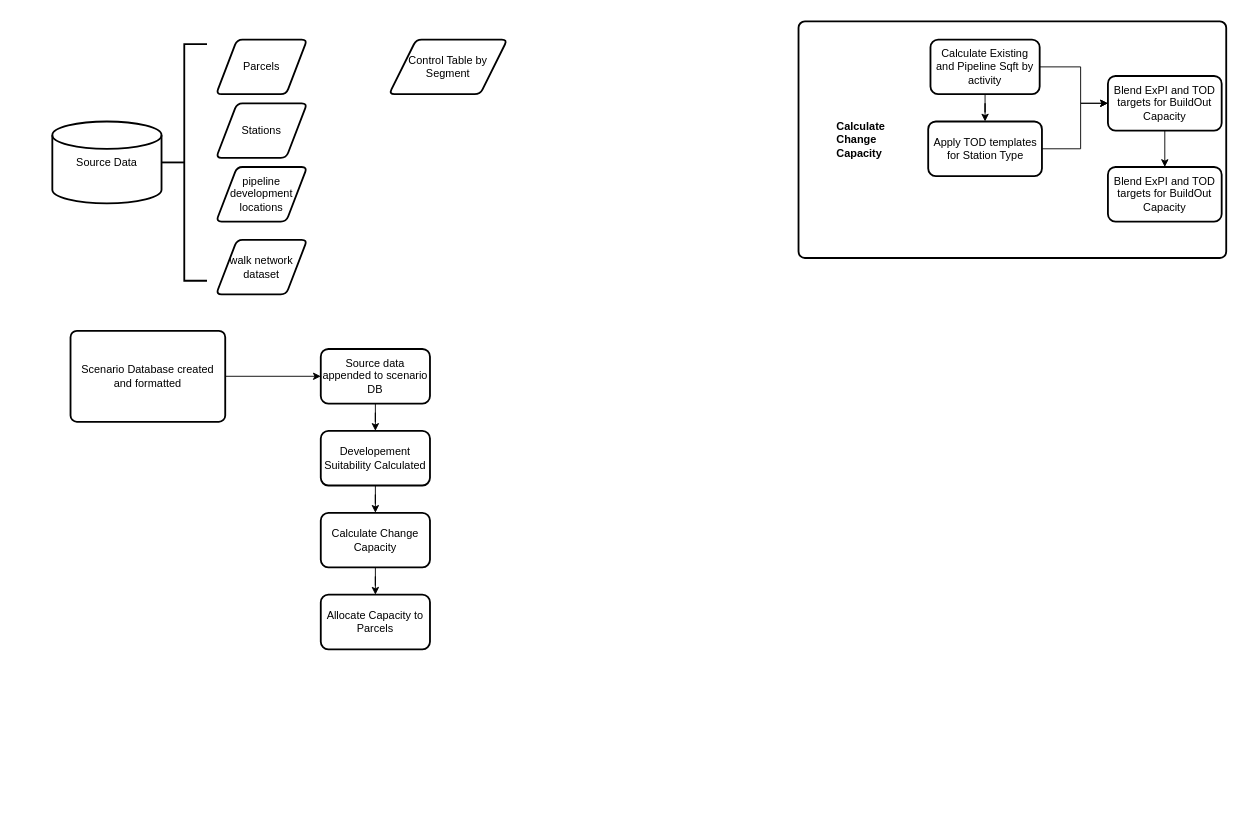
The draw.io diagram page "Allocation Process General" (1 of 3) of AllocationProcess.drawio in renaissanceplanning/LCBRT_TOD, before the edit. Source tidied: cells renumbered, new cells numbered last; positions are measured from the earlier drawing's top-left corner, leaving out a move shared by most shapes. Both pictures are drawn from the tidied source at 91%, with x=0, y=0 at pixel (52, 21).
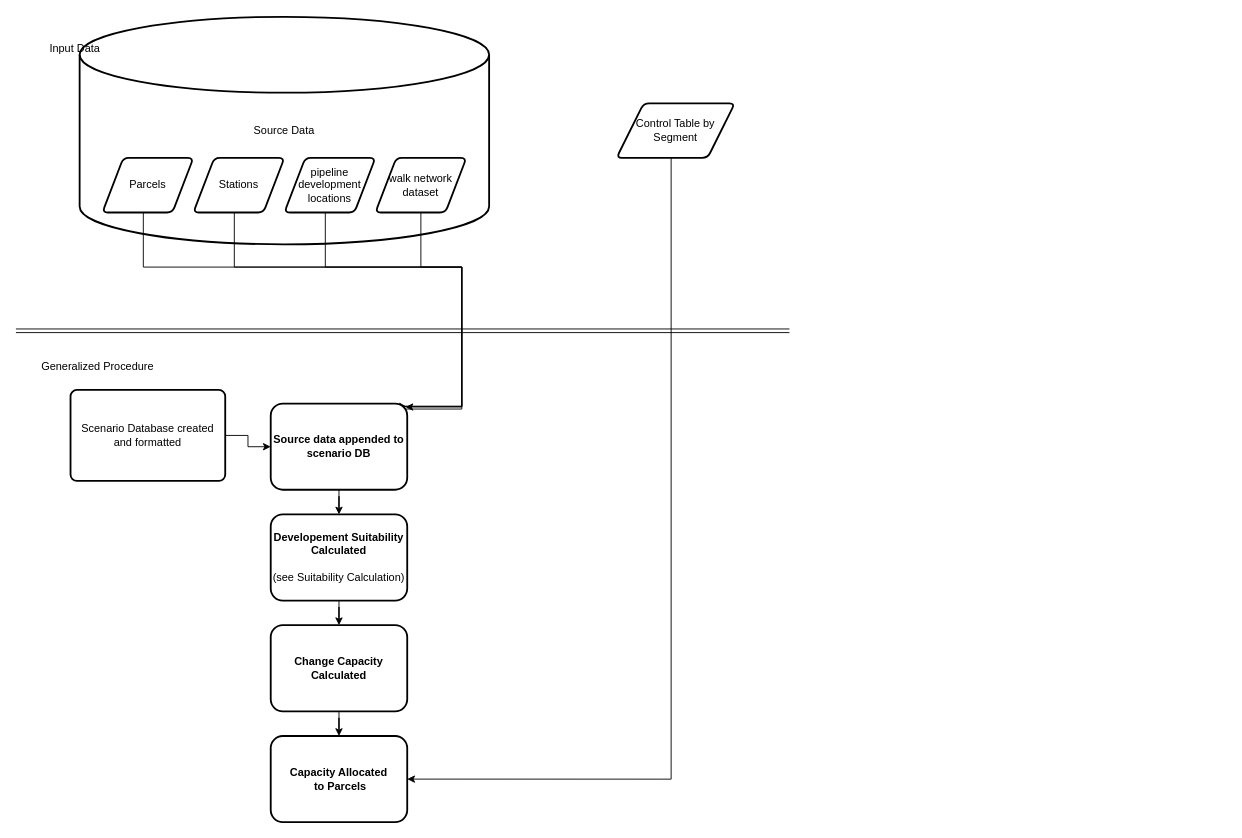
The same diagram, later.

Commit message:
add suitabilty evaluation workflow

Diff of the diagram source:
```diff
@@
-    <mxCell id="2" value="Source Data" style="strokeWidth=2;html=1;shape=mxgraph.flowchart.database;whiteSpace=wrap;" parent="1" vertex="1">
-      <mxGeometry y="110" width="120" height="90" as="geometry" />
+    <mxCell id="2" value="Source Data" style="strokeWidth=2;html=1;shape=mxgraph.flowchart.database;whiteSpace=wrap;align=center;" parent="1" vertex="1">
+      <mxGeometry x="30" y="-5" width="450" height="250" as="geometry" />
     </mxCell>
+    <mxCell id="28" style="edgeStyle=orthogonalEdgeStyle;rounded=0;jettySize=auto;html=1;entryX=0.987;entryY=0.092;entryDx=0;entryDy=0;entryPerimeter=0;" parent="1" edge="1" source="3" target="11">
+      <mxGeometry relative="1" as="geometry">
+        <Array as="points">
+          <mxPoint x="100" y="270" />
+          <mxPoint x="450" y="270" />
+          <mxPoint x="450" y="426" />
+          <mxPoint x="370" y="426" />
+        </Array>
+      </mxGeometry>
+    </mxCell>
     <mxCell id="3" value="Parcels" style="shape=parallelogram;html=1;strokeWidth=2;perimeter=parallelogramPerimeter;whiteSpace=wrap;rounded=1;arcSize=12;size=0.23;" parent="1" vertex="1">
-      <mxGeometry x="180" y="20" width="100" height="60" as="geometry" />
+      <mxGeometry x="55" y="150" width="100" height="60" as="geometry" />
     </mxCell>
+    <mxCell id="29" style="edgeStyle=orthogonalEdgeStyle;rounded=0;jettySize=auto;html=1;entryX=0.989;entryY=0.048;entryDx=0;entryDy=0;entryPerimeter=0;" parent="1" edge="1" source="4" target="11">
+      <mxGeometry relative="1" as="geometry">
+        <Array as="points">
+          <mxPoint x="200" y="270" />
+          <mxPoint x="450" y="270" />
+          <mxPoint x="450" y="423" />
+          <mxPoint x="380" y="423" />
+        </Array>
+      </mxGeometry>
+    </mxCell>
     <mxCell id="4" value="Stations" style="shape=parallelogram;html=1;strokeWidth=2;perimeter=parallelogramPerimeter;whiteSpace=wrap;rounded=1;arcSize=12;size=0.23;" parent="1" vertex="1">
-      <mxGeometry x="180" y="90" width="100" height="60" as="geometry" />
+      <mxGeometry x="155" y="150" width="100" height="60" as="geometry" />
     </mxCell>
+    <mxCell id="30" style="edgeStyle=orthogonalEdgeStyle;rounded=0;jettySize=auto;html=1;exitX=0.5;exitY=1;exitDx=0;exitDy=0;entryX=0.987;entryY=0.04;entryDx=0;entryDy=0;entryPerimeter=0;" parent="1" edge="1" source="5" target="11">
+      <mxGeometry relative="1" as="geometry">
+        <Array as="points">
+          <mxPoint x="405" y="270" />
+          <mxPoint x="450" y="270" />
+          <mxPoint x="450" y="423" />
+        </Array>
+      </mxGeometry>
+    </mxCell>
     <mxCell id="5" value="walk network dataset" style="shape=parallelogram;html=1;strokeWidth=2;perimeter=parallelogramPerimeter;whiteSpace=wrap;rounded=1;arcSize=12;size=0.23;" parent="1" vertex="1">
-      <mxGeometry x="180" y="240" width="100" height="60" as="geometry" />
+      <mxGeometry x="355" y="150" width="100" height="60" as="geometry" />
     </mxCell>
+    <mxCell id="31" style="edgeStyle=orthogonalEdgeStyle;rounded=0;jettySize=auto;html=1;entryX=0.997;entryY=0.037;entryDx=0;entryDy=0;entryPerimeter=0;" parent="1" edge="1" source="6" target="11">
+      <mxGeometry relative="1" as="geometry">
+        <Array as="points">
+          <mxPoint x="300" y="270" />
+          <mxPoint x="450" y="270" />
+          <mxPoint x="450" y="423" />
+          <mxPoint x="380" y="423" />
+        </Array>
+      </mxGeometry>
+    </mxCell>
     <mxCell id="6" value="pipeline development locations" style="shape=parallelogram;html=1;strokeWidth=2;perimeter=parallelogramPerimeter;whiteSpace=wrap;rounded=1;arcSize=12;size=0.23;" parent="1" vertex="1">
-      <mxGeometry x="180" y="160" width="100" height="60" as="geometry" />
+      <mxGeometry x="255" y="150" width="100" height="60" as="geometry" />
     </mxCell>
-    <mxCell id="7" style="strokeWidth=2;html=1;shape=mxgraph.flowchart.annotation_2;align=left;labelPosition=right;" parent="1" vertex="1">
-      <mxGeometry x="120" y="25" width="50" height="260" as="geometry" />
-    </mxCell>
@@
     <mxCell id="9" value="Scenario Database created and formatted" style="rounded=1;whiteSpace=wrap;html=1;absoluteArcSize=1;arcSize=14;strokeWidth=2;" parent="1" vertex="1">
-      <mxGeometry x="20" y="340" width="170" height="100" as="geometry" />
+      <mxGeometry x="20" y="405" width="170" height="100" as="geometry" />
     </mxCell>
+    <mxCell id="32" style="edgeStyle=orthogonalEdgeStyle;rounded=0;jettySize=auto;html=1;entryX=1;entryY=0.5;entryDx=0;entryDy=0;" parent="1" edge="1" source="26" target="27">
+      <mxGeometry relative="1" as="geometry">
+        <Array as="points">
+          <mxPoint x="680" y="833" />
+        </Array>
+      </mxGeometry>
+    </mxCell>
+    <mxCell id="26" value="Control Table by Segment" style="shape=parallelogram;html=1;strokeWidth=2;perimeter=parallelogramPerimeter;whiteSpace=wrap;rounded=1;arcSize=12;size=0.23;" parent="1" vertex="1">
+      <mxGeometry x="620" y="90" width="130" height="60" as="geometry" />
+    </mxCell>
+    <mxCell id="33" value="Input Data" style="text;html=1;strokeColor=none;fillColor=none;align=center;verticalAlign=middle;whiteSpace=wrap;rounded=0;" parent="1" vertex="1">
+      <mxGeometry x="-20" y="20" width="90" height="20" as="geometry" />
+    </mxCell>
+    <mxCell id="34" style="shape=link;html=1;" parent="1" edge="1">
+      <mxGeometry relative="1" as="geometry">
+        <mxPoint x="-40" y="340" as="sourcePoint" />
+        <mxPoint x="810" y="340" as="targetPoint" />
+      </mxGeometry>
+    </mxCell>
+    <mxCell id="35" value="Generalized Procedure" style="text;html=1;strokeColor=none;fillColor=none;align=center;verticalAlign=middle;whiteSpace=wrap;rounded=0;" parent="1" vertex="1">
+      <mxGeometry x="-20" y="370" width="140" height="20" as="geometry" />
+    </mxCell>
+    <mxCell id="36" style="group;" parent="1" vertex="1">
+      <mxGeometry x="240" y="420" width="150" height="460" as="geometry" />
+    </mxCell>
+    <mxCell id="11" value="&lt;b&gt;Source data appended to scenario DB&lt;/b&gt;" style="whiteSpace=wrap;html=1;rounded=1;strokeWidth=2;arcSize=14;" parent="36" vertex="1">
+      <mxGeometry width="150" height="94.7" as="geometry" />
+    </mxCell>
+    <mxCell id="13" value="&lt;b&gt;Developement Suitability Calculated &lt;br&gt;&lt;/b&gt;&lt;br&gt;(see Suitability Calculation)" style="whiteSpace=wrap;html=1;rounded=1;strokeWidth=2;arcSize=14;" parent="36" vertex="1">
+      <mxGeometry y="121.8" width="150" height="94.7" as="geometry" />
+    </mxCell>
-    <mxCell id="10" style="edgeStyle=orthogonalEdgeStyle;rounded=0;jettySize=auto;html=1;" parent="1" edge="1" source="11" target="13">
+    <mxCell id="10" style="edgeStyle=orthogonalEdgeStyle;rounded=0;jettySize=auto;html=1;" parent="36" edge="1" source="11" target="13">
       <mxGeometry relative="1" as="geometry" />
     </mxCell>
-    <mxCell id="11" value="Source data appended to scenario DB" style="whiteSpace=wrap;html=1;rounded=1;strokeWidth=2;arcSize=14;" parent="1" vertex="1">
-      <mxGeometry x="295" y="360" width="120" height="60" as="geometry" />
-    </mxCell>
+    <mxCell id="15" value="&lt;b&gt;Change Capacity Calculated&lt;/b&gt;" style="whiteSpace=wrap;html=1;rounded=1;strokeWidth=2;arcSize=14;" parent="36" vertex="1">
+      <mxGeometry y="243.5" width="150" height="94.7" as="geometry" />
+    </mxCell>
-    <mxCell id="12" style="edgeStyle=orthogonalEdgeStyle;rounded=0;jettySize=auto;html=1;" parent="1" edge="1" source="13" target="15">
+    <mxCell id="12" style="edgeStyle=orthogonalEdgeStyle;rounded=0;jettySize=auto;html=1;" parent="36" edge="1" source="13" target="15">
       <mxGeometry relative="1" as="geometry" />
     </mxCell>
-    <mxCell id="13" value="Developement Suitability Calculated" style="whiteSpace=wrap;html=1;rounded=1;strokeWidth=2;arcSize=14;" parent="1" vertex="1">
-      <mxGeometry x="295" y="450" width="120" height="60" as="geometry" />
-    </mxCell>
+    <mxCell id="27" value="&lt;b&gt;Capacity Allocated&lt;br&gt;&amp;nbsp;to Parcels&lt;/b&gt;" style="whiteSpace=wrap;html=1;rounded=1;strokeWidth=2;arcSize=14;" parent="36" vertex="1">
+      <mxGeometry y="365.3" width="150" height="94.7" as="geometry" />
+    </mxCell>
-    <mxCell id="14" style="edgeStyle=orthogonalEdgeStyle;rounded=0;jettySize=auto;html=1;" parent="1" edge="1" source="15" target="27">
+    <mxCell id="14" style="edgeStyle=orthogonalEdgeStyle;rounded=0;jettySize=auto;html=1;" parent="36" edge="1" source="15" target="27">
       <mxGeometry relative="1" as="geometry" />
     </mxCell>
-    <mxCell id="15" value="Calculate Change Capacity" style="whiteSpace=wrap;html=1;rounded=1;strokeWidth=2;arcSize=14;" parent="1" vertex="1">
-      <mxGeometry x="295" y="540" width="120" height="60" as="geometry" />
-    </mxCell>
-    <mxCell id="16" style="group;" parent="1" vertex="1">
-      <mxGeometry x="820" width="470" height="260" as="geometry" />
-    </mxCell>
-    <mxCell id="17" value="&lt;blockquote style=&quot;margin: 0 0 0 40px ; border: none ; padding: 0px&quot;&gt;&lt;b&gt;Calculate &lt;br&gt;&lt;/b&gt;&lt;b&gt;Change&lt;br&gt; &lt;/b&gt;&lt;b&gt;Capacity&lt;/b&gt;&lt;/blockquote&gt;" style="rounded=1;whiteSpace=wrap;html=1;absoluteArcSize=1;arcSize=14;strokeWidth=2;align=left;" parent="16" vertex="1">
-      <mxGeometry width="470" height="260" as="geometry" />
-    </mxCell>
-    <mxCell id="18" value="Calculate Existing and Pipeline Sqft by activity" style="whiteSpace=wrap;html=1;rounded=1;strokeWidth=2;arcSize=14;" parent="16" vertex="1">
-      <mxGeometry x="145" y="20" width="120" height="60" as="geometry" />
-    </mxCell>
-    <mxCell id="19" value="Apply TOD templates for Station Type" style="whiteSpace=wrap;html=1;rounded=1;strokeWidth=2;arcSize=14;" parent="16" vertex="1">
-      <mxGeometry x="142.5" y="110" width="125" height="60" as="geometry" />
-    </mxCell>
-    <mxCell id="20" style="edgeStyle=orthogonalEdgeStyle;rounded=0;jettySize=auto;html=1;" parent="16" edge="1" source="18" target="19">
-      <mxGeometry relative="1" as="geometry" />
-    </mxCell>
-    <mxCell id="21" value="Blend ExPI and TOD targets for BuildOut Capacity" style="whiteSpace=wrap;html=1;rounded=1;strokeWidth=2;arcSize=14;" parent="16" vertex="1">
-      <mxGeometry x="340" y="60" width="125" height="60" as="geometry" />
-    </mxCell>
-    <mxCell id="22" style="edgeStyle=orthogonalEdgeStyle;rounded=0;jettySize=auto;html=1;exitX=1;exitY=0.5;exitDx=0;exitDy=0;" parent="16" edge="1" source="18" target="21">
-      <mxGeometry relative="1" as="geometry">
-        <Array as="points">
-          <mxPoint x="310" y="50" />
-          <mxPoint x="310" y="90" />
-        </Array>
-      </mxGeometry>
-    </mxCell>
-    <mxCell id="23" style="edgeStyle=orthogonalEdgeStyle;rounded=0;jettySize=auto;html=1;" parent="16" edge="1" source="19" target="21">
-      <mxGeometry relative="1" as="geometry">
-        <Array as="points">
-          <mxPoint x="310" y="140" />
-          <mxPoint x="310" y="90" />
-        </Array>
-      </mxGeometry>
-    </mxCell>
-    <mxCell id="24" value="Blend ExPI and TOD targets for BuildOut Capacity" style="whiteSpace=wrap;html=1;rounded=1;strokeWidth=2;arcSize=14;" parent="16" vertex="1">
-      <mxGeometry x="340" y="160" width="125" height="60" as="geometry" />
-    </mxCell>
-    <mxCell id="25" style="edgeStyle=orthogonalEdgeStyle;rounded=0;jettySize=auto;html=1;" parent="16" edge="1" source="21" target="24">
-      <mxGeometry relative="1" as="geometry" />
-    </mxCell>
-    <mxCell id="26" value="Control Table by Segment" style="shape=parallelogram;html=1;strokeWidth=2;perimeter=parallelogramPerimeter;whiteSpace=wrap;rounded=1;arcSize=12;size=0.23;" parent="1" vertex="1">
-      <mxGeometry x="370" y="20" width="130" height="60" as="geometry" />
-    </mxCell>
-    <mxCell id="27" value="Allocate Capacity to Parcels" style="whiteSpace=wrap;html=1;rounded=1;strokeWidth=2;arcSize=14;" parent="1" vertex="1">
-      <mxGeometry x="295" y="630" width="120" height="60" as="geometry" />
-    </mxCell>
```
